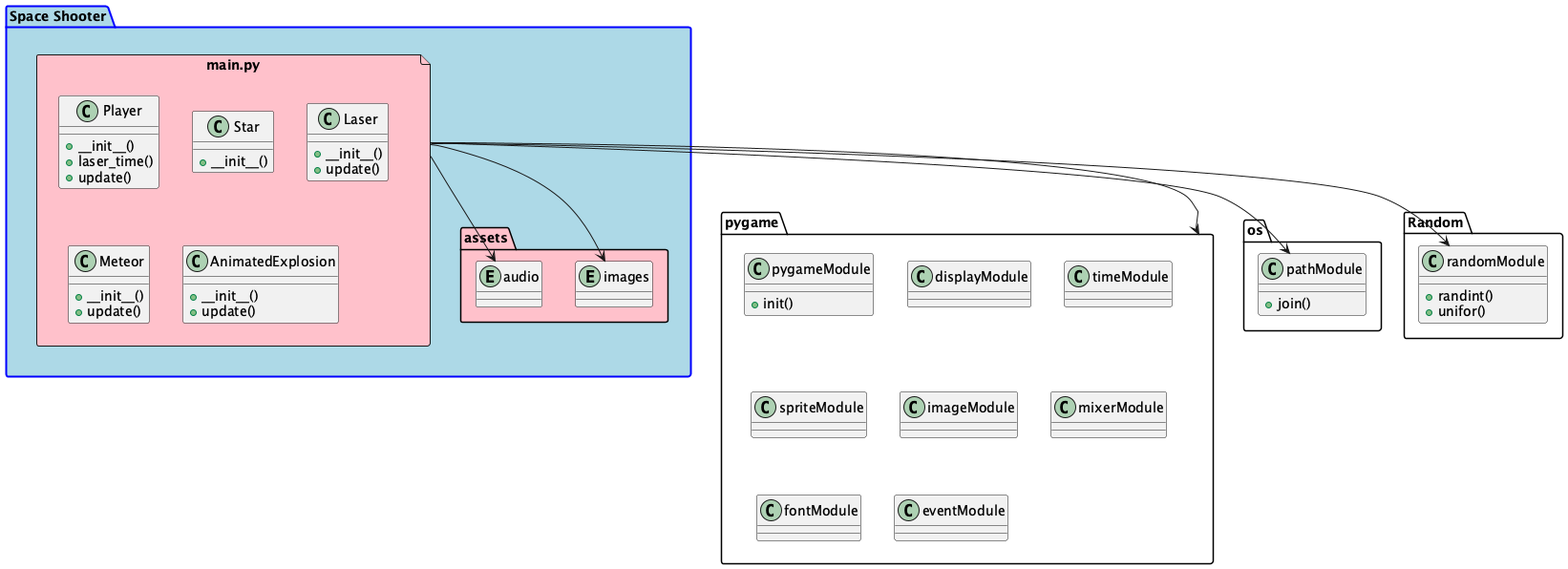
EZam1992/Pygame-Space-Shooter- keeps this PlantUML diagram as diagrams/png/main.png. Above is the earlier version.
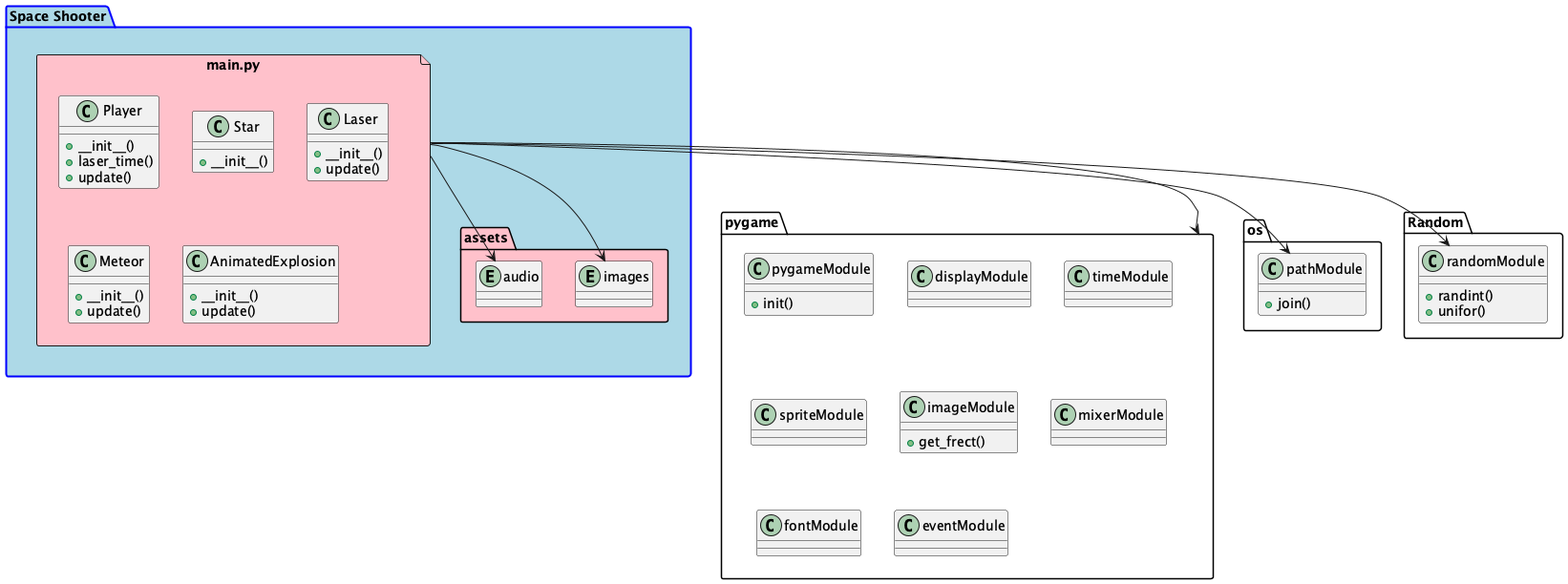
Later version of the same file.

What changed in the source:
```diff
@@ -19,6 +19,7 @@
     }
 
     class imageModule {
+        +get_frect()
 
     }
 
```
